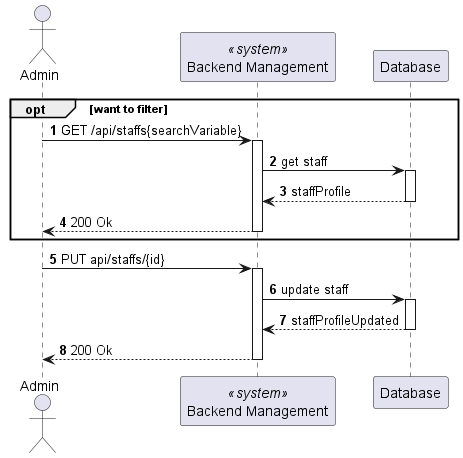
Before: docs/StaffProfileUpdate/views/level3/process-view1.png, a diagram exported from PlantUML (Lapr5G21/sem5pi-24-25-3ddg21).
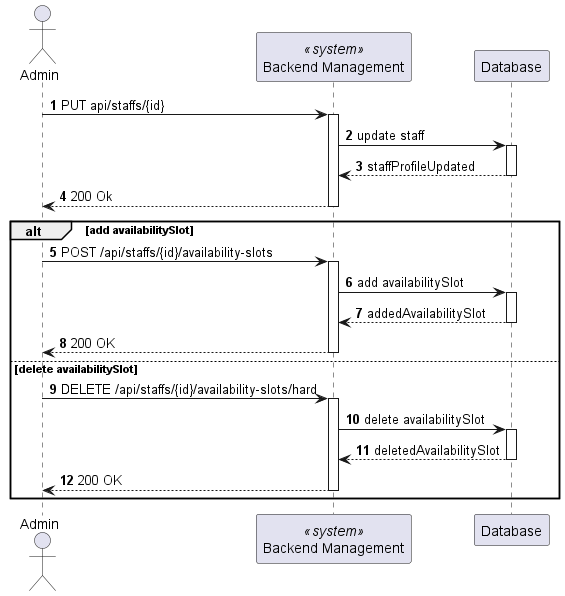
Above is the later version.

Diff of the diagram source:
```diff
@@ -5,17 +5,6 @@
 participant BE as "Backend Management" <<system>>
 participant DB as "Database"
 
-
-opt want to filter
-    Admin -> BE : GET /api/staffs{searchVariable}
-    activate BE
-            BE -> DB : get staff
-        activate DB
-            DB --> BE : staffProfile
-        deactivate DB
-    BE --> Admin : 200 Ok
-    deactivate BE
-end
 
 Admin-> BE : PUT api/staffs/{id}
 activate BE
@@ -31,5 +20,24 @@
 Admin <-- BE : 200 Ok
 
 deactivate BE
+ alt add availabilitySlot
+            Admin -> BE : POST /api/staffs/{id}/availability-slots
+            activate BE
+            BE -> DB : add availabilitySlot
+            activate DB
+            DB --> BE : addedAvailabilitySlot
+            deactivate DB
+                Admin <-- BE : 200 OK
+            deactivate BE
+        else delete availabilitySlot
+            Admin -> BE : DELETE /api/staffs/{id}/availability-slots/hard
+            activate BE
+            BE -> DB : delete availabilitySlot
+            activate DB
+            DB --> BE : deletedAvailabilitySlot
+            deactivate DB
+                Admin <-- BE : 200 OK
+            deactivate BE
+ end
 
 @enduml
```
